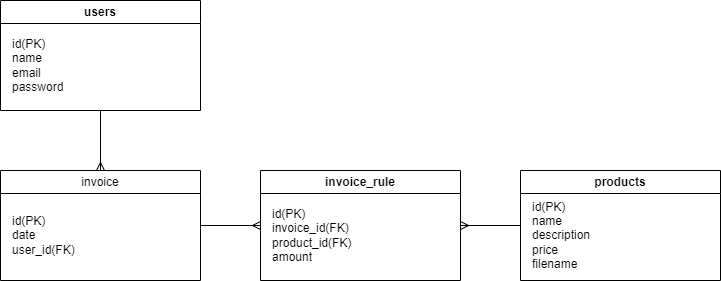
This is Diagrams/webshop_ERD.drawio.png from Dabra720/educom-webshop-database, a draw.io export, as it was before one commit. Source tidied: cells renumbered, new cells last; positions are measured from the earlier drawing's top-left corner, leaving out a move shared by most shapes.
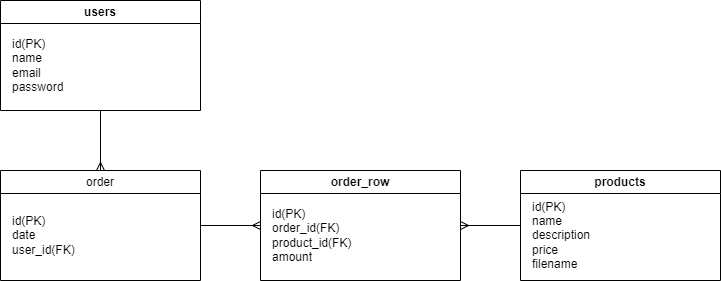
After the change.

The edit, as a diff of the source:
```diff
@@ -20,7 +20,7 @@
     <mxCell id="7" style="edgeStyle=none;html=1;entryX=0;entryY=0.5;entryDx=0;entryDy=0;endArrow=ERmany;endFill=0;" parent="1" edge="1" source="8" target="11">
       <mxGeometry relative="1" as="geometry" />
     </mxCell>
-    <mxCell id="8" value="invoice" style="swimlane;whiteSpace=wrap;html=1;fontStyle=0;startSize=23;" parent="1" vertex="1">
+    <mxCell id="8" value="order" style="swimlane;whiteSpace=wrap;html=1;fontStyle=0;startSize=23;" parent="1" vertex="1">
       <mxGeometry y="170" width="200" height="110" as="geometry" />
     </mxCell>
     <mxCell id="9" value="id(PK)&lt;br&gt;date&lt;br&gt;user_id(FK)" style="text;html=1;align=left;verticalAlign=middle;strokeColor=none;fillColor=none;" parent="8" vertex="1">
@@ -29,10 +29,10 @@
     <mxCell id="10" style="edgeStyle=none;html=1;entryX=0;entryY=0.5;entryDx=0;entryDy=0;endArrow=none;endFill=0;startArrow=ERmany;startFill=0;" parent="1" edge="1" source="11" target="5">
       <mxGeometry relative="1" as="geometry" />
     </mxCell>
-    <mxCell id="11" value="invoice_rule" style="swimlane;whiteSpace=wrap;html=1;" parent="1" vertex="1">
+    <mxCell id="11" value="order_row" style="swimlane;whiteSpace=wrap;html=1;" parent="1" vertex="1">
       <mxGeometry x="260" y="170" width="200" height="110" as="geometry" />
     </mxCell>
-    <mxCell id="12" value="id(PK)&lt;br&gt;invoice_id(FK)&lt;br&gt;product_id(FK)&lt;br&gt;amount" style="text;html=1;align=left;verticalAlign=middle;strokeColor=none;fillColor=none;" parent="11" vertex="1">
+    <mxCell id="12" value="id(PK)&lt;br&gt;order_id(FK)&lt;br&gt;product_id(FK)&lt;br&gt;amount" style="text;html=1;align=left;verticalAlign=middle;strokeColor=none;fillColor=none;" parent="11" vertex="1">
       <mxGeometry x="10" y="30" width="100" height="70" as="geometry" />
     </mxCell>
   </root>
```
